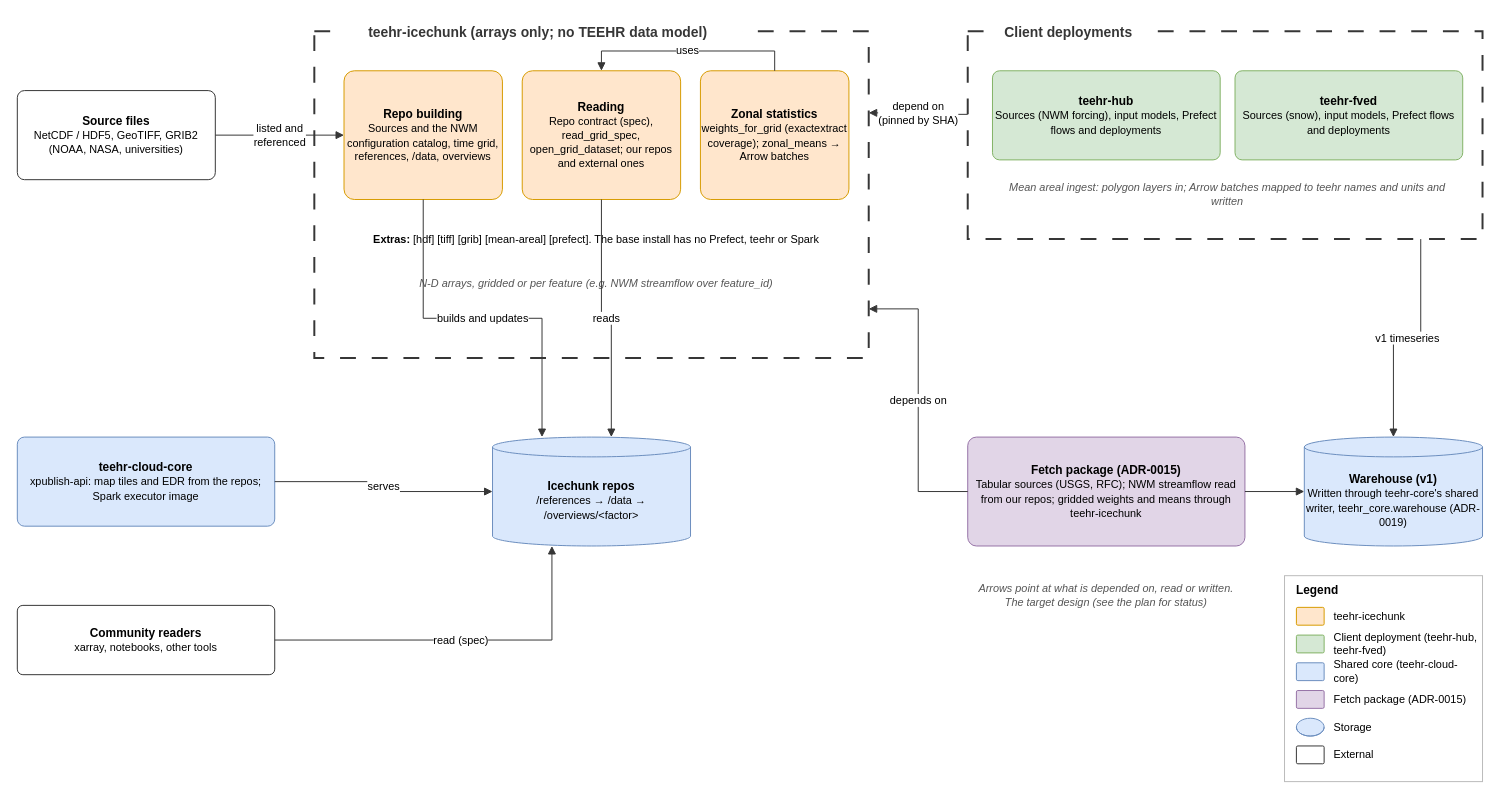
This is page "Package boundaries" (2 of 5) of docs/diagrams/drawio/teehr-icechunk.drawio from RTIInternational/teehr-icechunk, a draw.io file, before an edit. Source tidied: cells renumbered, new cells numbered last; positions are measured from the earlier drawing's top-left corner, leaving out a move shared by most shapes. Both pictures are drawn from the tidied source at 99%, with x=0, y=0 at pixel (17, 17).
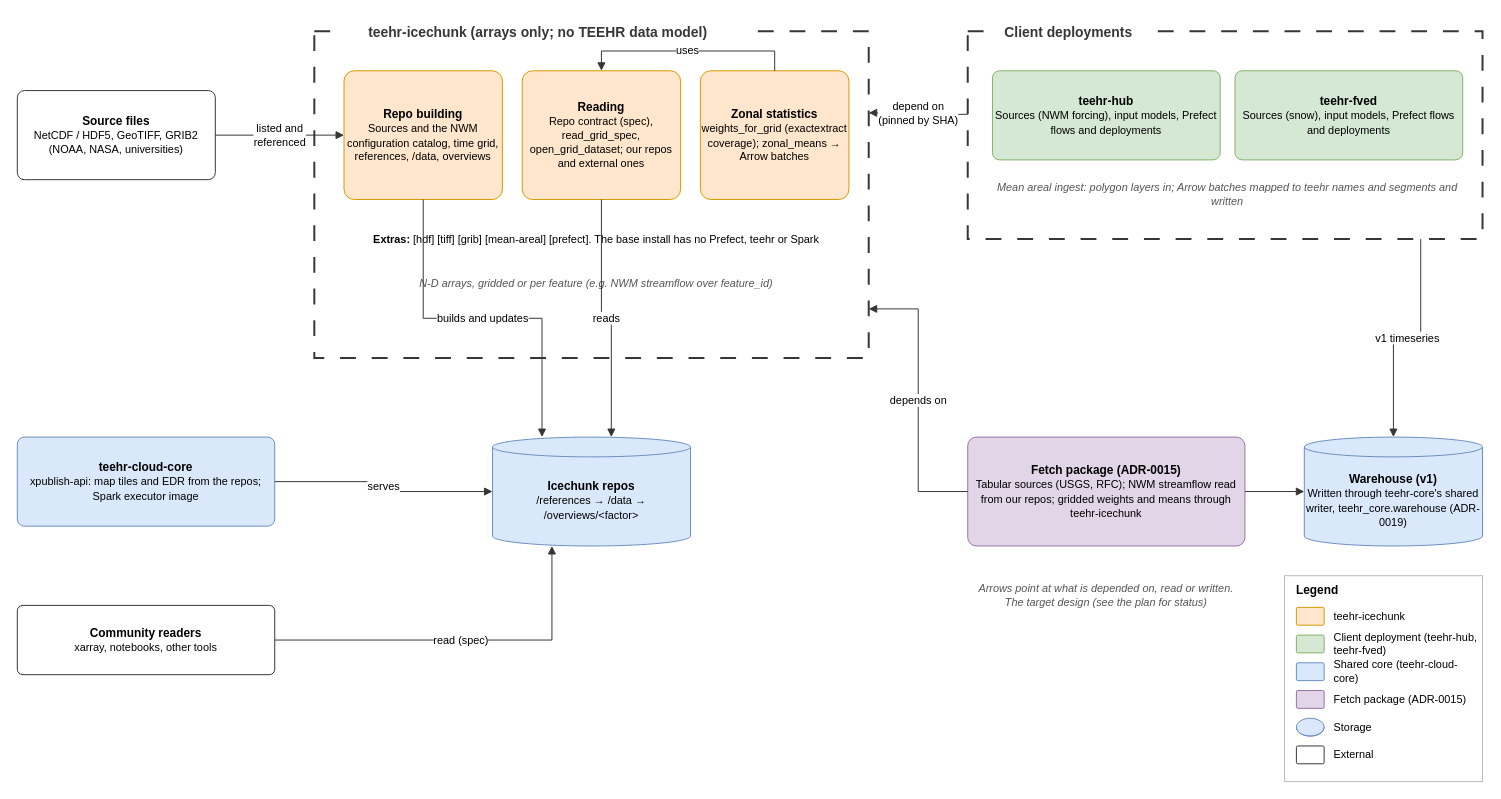
The same page after the edit.

Change to the diagram source:
```diff
@@
-    <mxCell id="15" value="Mean areal ingest: polygon layers in; Arrow batches mapped to teehr names and units and written" style="text;html=1;align=center;verticalAlign=middle;whiteSpace=wrap;fontSize=11;fontStyle=2;fontColor=#555555;" parent="1" vertex="1">
+    <mxCell id="15" value="Mean areal ingest: polygon layers in; Arrow batches mapped to teehr names and segments and written" style="text;html=1;align=center;verticalAlign=middle;whiteSpace=wrap;fontSize=11;fontStyle=2;fontColor=#555555;" parent="1" vertex="1">
       <mxGeometry x="985" y="154" width="475" height="50" as="geometry" />
     </mxCell>
```
